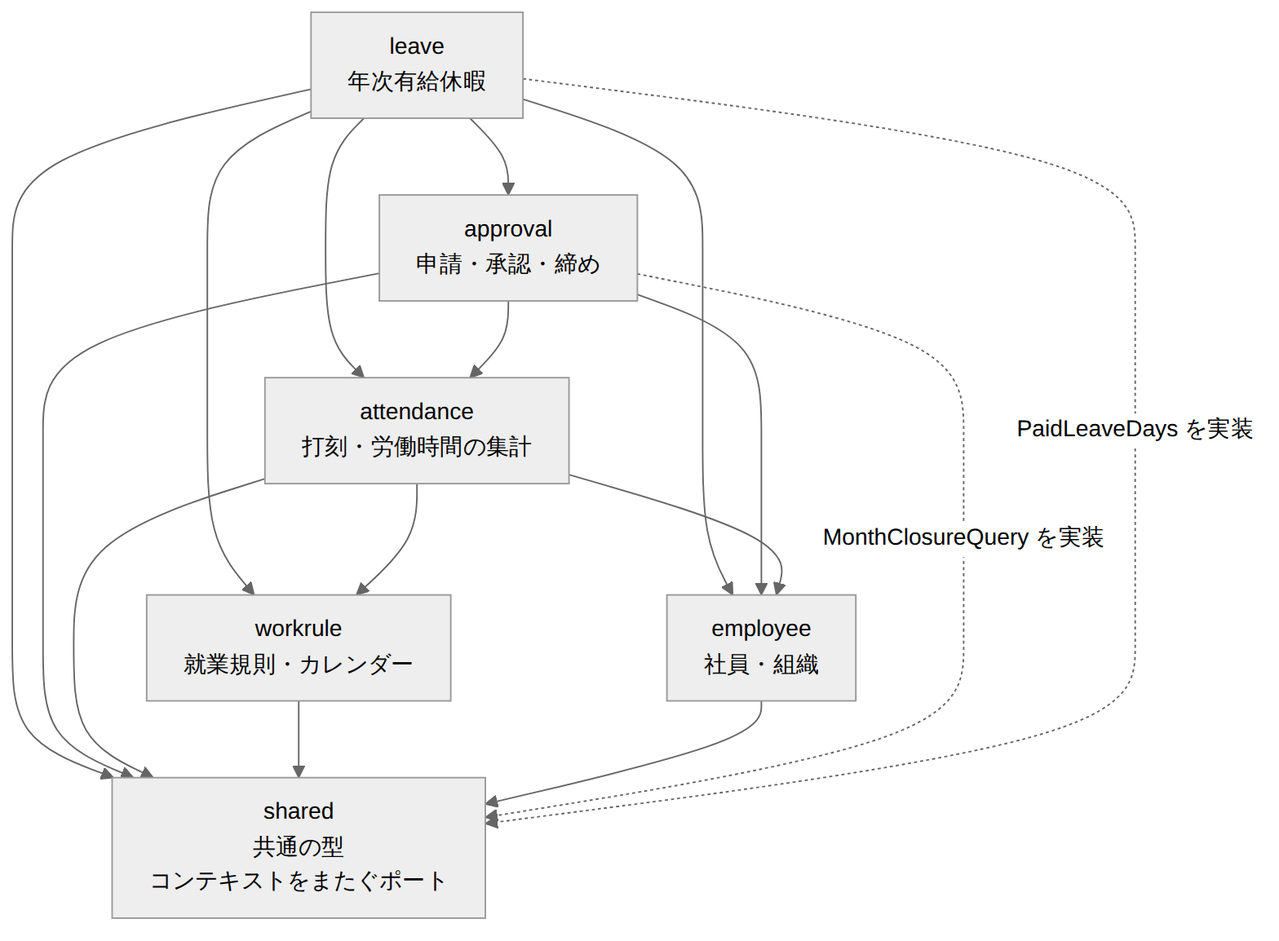
This is doc/02_詳細設計/00_共通/images/コンテキスト間の依存.png from masaki-i02/newJavaProject, a Mermaid export, as it was before one commit. Its source is kept beside it as doc/02_詳細設計/00_共通/diagrams/コンテキスト間の依存.mmd.
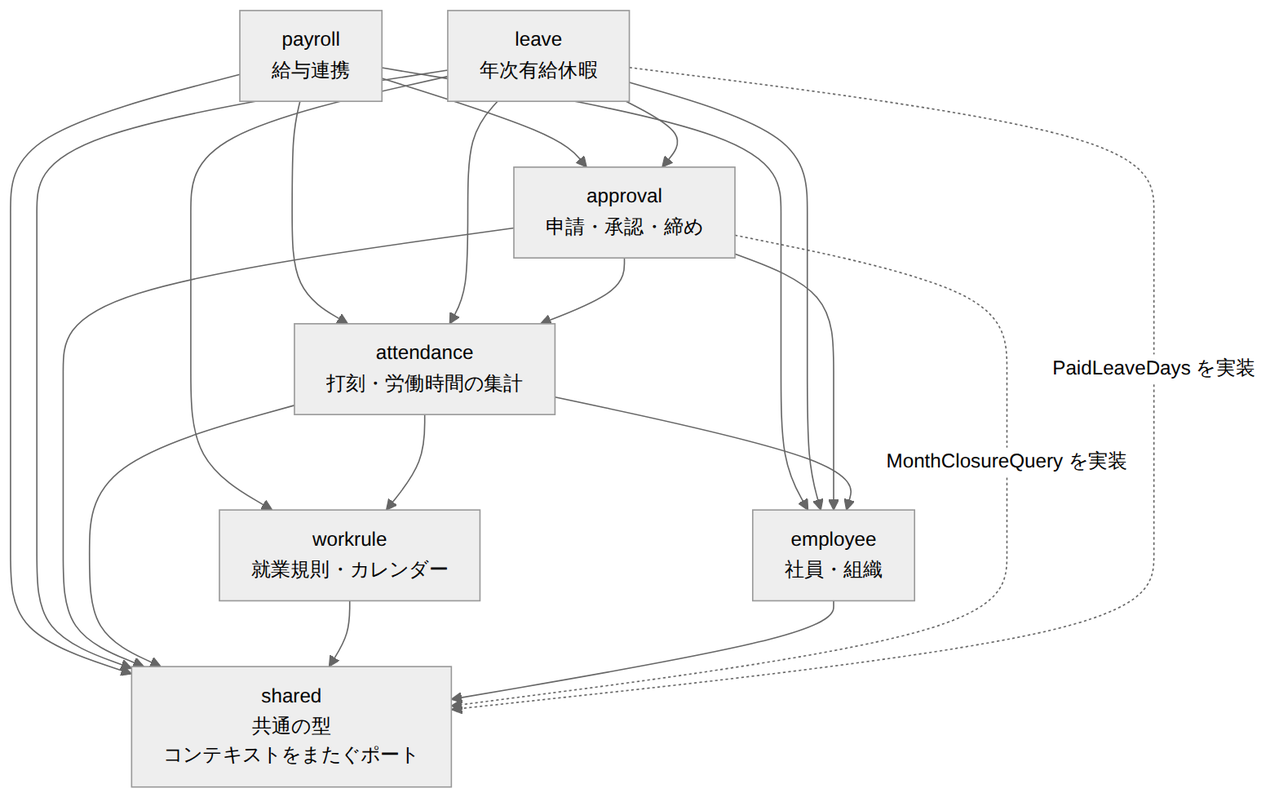
Later version of the same file.

Change to the diagram source:
```diff
@@ -4,8 +4,13 @@
     workrule["workrule<br/>就業規則・カレンダー"]
     employee["employee<br/>社員・組織"]
     leave["leave<br/>年次有給休暇"]
+    payroll["payroll<br/>給与連携"]
     shared["shared<br/>共通の型<br/>コンテキストをまたぐポート"]
 
+    payroll --> approval
+    payroll --> attendance
+    payroll --> employee
+    payroll --> shared
     leave --> approval
     leave --> attendance
     leave --> workrule
```
